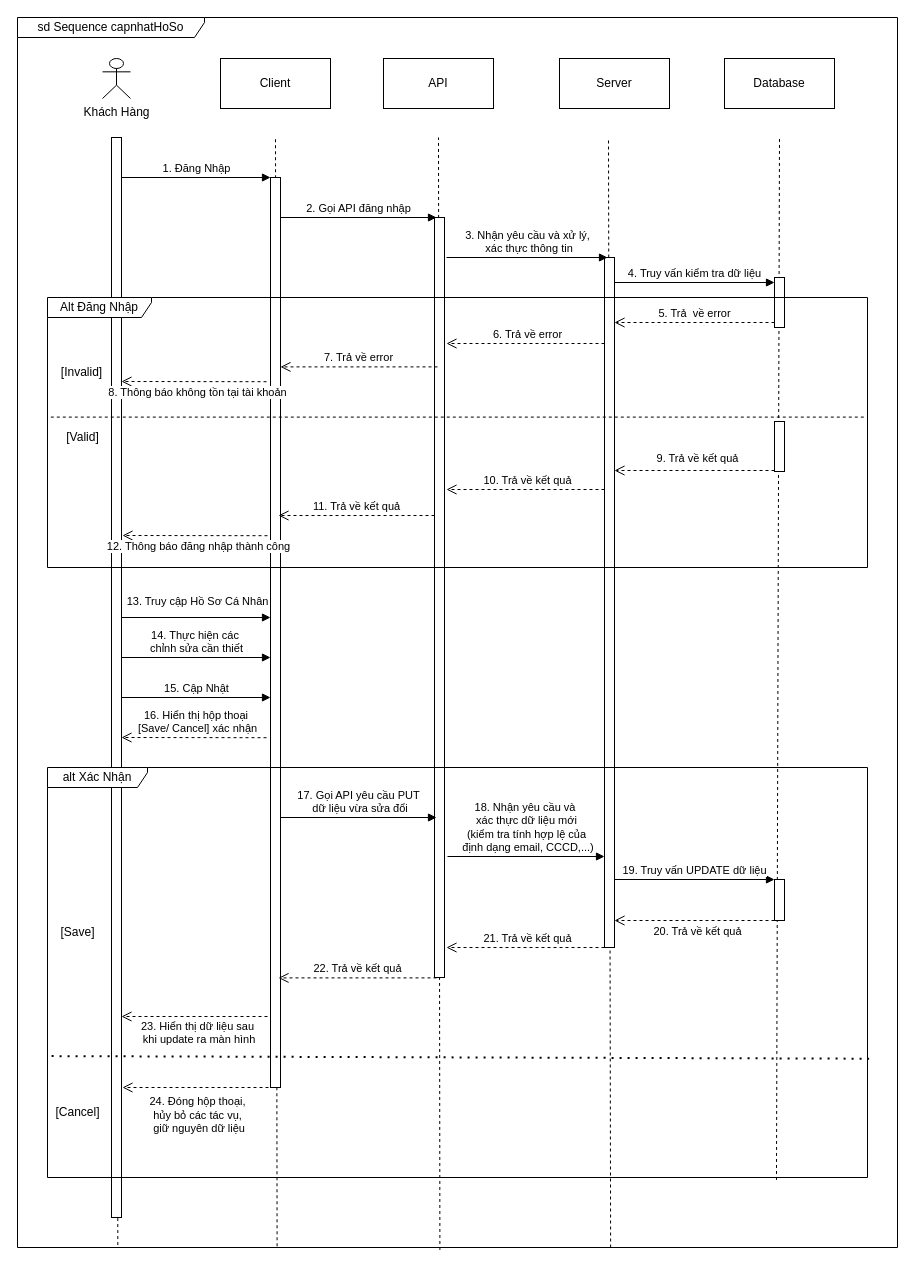
Before: page "Page-12" (12 of 12) of Chi/sd Sequence capnhatHoSo.drawio.xml in KMA-TTCS-Nhom32/documents, a draw.io diagram. Source tidied: cells renumbered, new cells numbered last; positions are measured from the earlier drawing's top-left corner, leaving out a move shared by most shapes. Both pictures are drawn from the tidied source at 100%, with x=0, y=0 at pixel (17, 17).
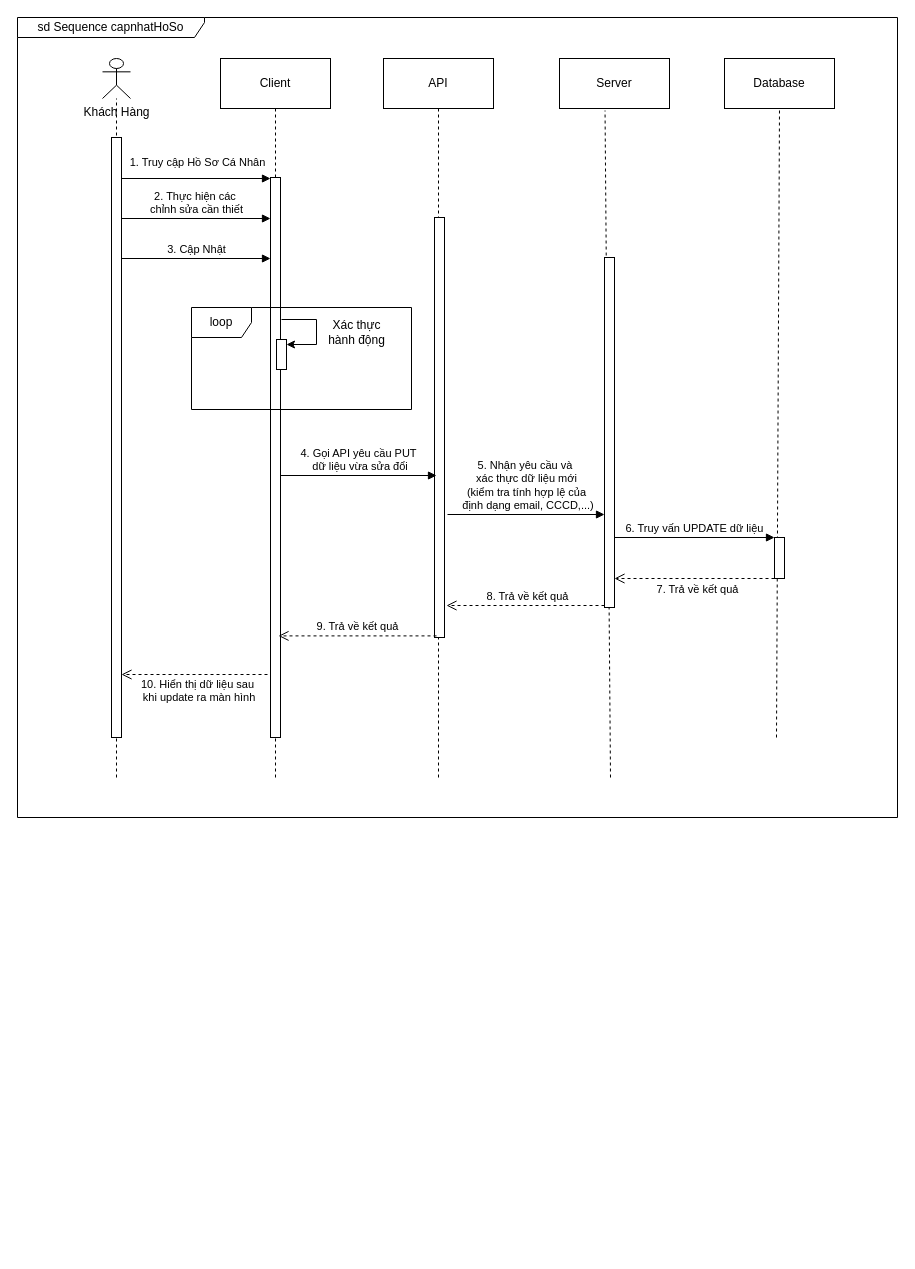
After the change.

The change refers to these unchanged cells:
```xml
<mxCell id="2" value="Khách Hàng" style="shape=umlActor;verticalLabelPosition=bottom;verticalAlign=top;html=1;" parent="1" vertex="1">
  <mxGeometry x="85" y="41" width="28" height="40" as="geometry" />
</mxCell>
<mxCell id="10" value="Client" style="html=1;whiteSpace=wrap;" parent="1" vertex="1">
  <mxGeometry x="203" y="41" width="110" height="50" as="geometry" />
</mxCell>
<mxCell id="11" value="Server" style="html=1;whiteSpace=wrap;" parent="1" vertex="1">
  <mxGeometry x="542" y="41" width="110" height="50" as="geometry" />
</mxCell>
<mxCell id="12" value="Database" style="html=1;whiteSpace=wrap;" parent="1" vertex="1">
  <mxGeometry x="707" y="41" width="110" height="50" as="geometry" />
</mxCell>
<mxCell id="13" value="API" style="html=1;whiteSpace=wrap;" parent="1" vertex="1">
  <mxGeometry x="366" y="41" width="110" height="50" as="geometry" />
</mxCell>
```

Diff of the diagram source:
```diff
@@
-    <mxCell id="3" style="endArrow=none;dashed=1;html=1;rounded=0;exitX=0.295;exitY=0.999;exitDx=0;exitDy=0;exitPerimeter=0;" parent="1" edge="1" source="9">
+    <mxCell id="3" style="endArrow=none;dashed=1;html=1;rounded=0;entryX=0.5;entryY=1;entryDx=0;entryDy=0;" parent="1" edge="1" target="10">
       <mxGeometry relative="1" as="geometry">
-        <mxPoint x="258" y="120" as="targetPoint" />
+        <mxPoint x="258" y="760" as="sourcePoint" />
       </mxGeometry>
     </mxCell>
@@
-    <mxCell id="5" style="endArrow=none;dashed=1;html=1;rounded=0;exitX=0.674;exitY=1;exitDx=0;exitDy=0;exitPerimeter=0;" parent="1" edge="1" source="9">
+    <mxCell id="5" style="endArrow=none;dashed=1;html=1;rounded=0;entryX=0.414;entryY=1.04;entryDx=0;entryDy=0;entryPerimeter=0;" parent="1" edge="1" target="11">
       <mxGeometry relative="1" as="geometry">
-        <mxPoint x="591" y="120" as="targetPoint" />
+        <mxPoint x="593" y="760" as="sourcePoint" />
       </mxGeometry>
     </mxCell>
     <mxCell id="6" style="html=1;perimeter=orthogonalPerimeter;targetShapes=umlLifeline;newEdgeStyle={&quot;curved&quot;:0,&quot;rounded&quot;:0};" parent="1" vertex="1">
-      <mxGeometry x="253" y="160" width="10" height="910" as="geometry" />
+      <mxGeometry x="253" y="160" width="10" height="560" as="geometry" />
     </mxCell>
     <mxCell id="7" style="html=1;points=[[0,0,0,0,5],[0,1,0,0,-5],[1,0,0,0,5],[1,1,0,0,-5]];perimeter=orthogonalPerimeter;outlineConnect=0;targetShapes=umlLifeline;portConstraint=eastwest;newEdgeStyle={&quot;curved&quot;:0,&quot;rounded&quot;:0};" parent="1" vertex="1">
-      <mxGeometry x="587" y="240" width="10" height="690" as="geometry" />
+      <mxGeometry x="587" y="240" width="10" height="350" as="geometry" />
     </mxCell>
-    <mxCell id="8" style="endArrow=none;dashed=1;html=1;rounded=0;exitX=0.889;exitY=1.006;exitDx=0;exitDy=0;exitPerimeter=0;" parent="1" edge="1" source="27">
+    <mxCell id="8" style="endArrow=none;dashed=1;html=1;rounded=0;entryX=0.5;entryY=1;entryDx=0;entryDy=0;" parent="1" edge="1" target="12">
       <mxGeometry relative="1" as="geometry">
-        <mxPoint x="762" y="120" as="targetPoint" />
+        <mxPoint x="759" y="720" as="sourcePoint" />
       </mxGeometry>
     </mxCell>
     <mxCell id="9" value="sd Sequence capnhatHoSo" style="shape=umlFrame;whiteSpace=wrap;html=1;width=187;height=20;" parent="1" vertex="1">
-      <mxGeometry width="880" height="1230" as="geometry" />
+      <mxGeometry width="880" height="800" as="geometry" />
     </mxCell>
@@
-    <mxCell id="14" style="endArrow=none;dashed=1;html=1;rounded=0;exitX=0.114;exitY=0.998;exitDx=0;exitDy=0;exitPerimeter=0;" parent="1" edge="1" source="9">
+    <mxCell id="14" style="endArrow=none;dashed=1;html=1;rounded=0;" parent="1" edge="1" target="2">
       <mxGeometry relative="1" as="geometry">
-        <mxPoint x="99" y="240" as="targetPoint" />
+        <mxPoint x="99" y="760" as="sourcePoint" />
       </mxGeometry>
     </mxCell>
     <mxCell id="15" style="html=1;perimeter=orthogonalPerimeter;targetShapes=umlLifeline;newEdgeStyle={&quot;curved&quot;:0,&quot;rounded&quot;:0};" parent="1" vertex="1">
-      <mxGeometry x="94" y="120" width="10" height="1080" as="geometry" />
+      <mxGeometry x="94" y="120" width="10" height="600" as="geometry" />
     </mxCell>
-    <mxCell id="16" value="1. Đăng Nhập" style="html=1;verticalAlign=bottom;endArrow=block;curved=0;rounded=0;entryX=0;entryY=0;entryDx=0;entryDy=5;entryPerimeter=0;" parent="1" edge="1">
-      <mxGeometry relative="1" as="geometry">
-        <mxPoint x="104" y="160" as="sourcePoint" />
-        <mxPoint x="253" y="160" as="targetPoint" />
-      </mxGeometry>
-    </mxCell>
-    <mxCell id="17" style="endArrow=none;dashed=1;html=1;rounded=0;exitX=0.48;exitY=1.002;exitDx=0;exitDy=0;exitPerimeter=0;" parent="1" edge="1" source="9">
+    <mxCell id="17" style="endArrow=none;dashed=1;html=1;rounded=0;entryX=0.5;entryY=1;entryDx=0;entryDy=0;" parent="1" edge="1" target="13">
       <mxGeometry relative="1" as="geometry">
-        <mxPoint x="421" y="120" as="targetPoint" />
+        <mxPoint x="421" y="760" as="sourcePoint" />
       </mxGeometry>
     </mxCell>
     <mxCell id="18" style="html=1;points=[[0,0,0,0,5],[0,1,0,0,-5],[1,0,0,0,5],[1,1,0,0,-5]];perimeter=orthogonalPerimeter;outlineConnect=0;targetShapes=umlLifeline;portConstraint=eastwest;newEdgeStyle={&quot;curved&quot;:0,&quot;rounded&quot;:0};" parent="1" vertex="1">
-      <mxGeometry x="417" y="200" width="10" height="760" as="geometry" />
+      <mxGeometry x="417" y="200" width="10" height="420" as="geometry" />
     </mxCell>
-    <mxCell id="19" value="13. Truy cập Hồ Sơ Cá Nhân" style="html=1;verticalAlign=bottom;endArrow=block;curved=0;rounded=0;" parent="1" edge="1">
+    <mxCell id="19" value="1. Truy cập Hồ Sơ Cá Nhân" style="html=1;verticalAlign=bottom;endArrow=block;curved=0;rounded=0;" parent="1" edge="1">
       <mxGeometry x="0.02" y="7" relative="1" as="geometry">
-        <mxPoint x="104" y="600" as="sourcePoint" />
-        <mxPoint x="253" y="600" as="targetPoint" />
+        <mxPoint x="104" y="161" as="sourcePoint" />
+        <mxPoint x="253" y="161" as="targetPoint" />
       </mxGeometry>
     </mxCell>
     <mxCell id="20" style="html=1;perimeter=orthogonalPerimeter;targetShapes=umlLifeline;newEdgeStyle={&quot;curved&quot;:0,&quot;rounded&quot;:0};" parent="1" vertex="1">
-      <mxGeometry x="757" y="862" width="10" height="41" as="geometry" />
+      <mxGeometry x="757" y="520" width="10" height="41" as="geometry" />
     </mxCell>
-    <mxCell id="21" value="20. Trả về kết quả" style="html=1;verticalAlign=bottom;endArrow=open;dashed=1;endSize=8;curved=0;rounded=0;exitX=0;exitY=1;exitDx=0;exitDy=-5;exitPerimeter=0;" parent="1" edge="1">
+    <mxCell id="21" value="7. Trả về kết quả" style="html=1;verticalAlign=bottom;endArrow=open;dashed=1;endSize=8;curved=0;rounded=0;exitX=0;exitY=1;exitDx=0;exitDy=-5;exitPerimeter=0;" parent="1" edge="1">
       <mxGeometry x="-0.04" y="20" relative="1" as="geometry">
-        <mxPoint x="757" y="903" as="sourcePoint" />
-        <mxPoint x="597" y="903" as="targetPoint" />
+        <mxPoint x="757" y="561" as="sourcePoint" />
+        <mxPoint x="597" y="561" as="targetPoint" />
       </mxGeometry>
     </mxCell>
-    <mxCell id="22" value="21. Trả về kết quả" style="html=1;verticalAlign=bottom;endArrow=open;dashed=1;endSize=8;curved=0;rounded=0;" parent="1" edge="1">
+    <mxCell id="22" value="8. Trả về kết quả" style="html=1;verticalAlign=bottom;endArrow=open;dashed=1;endSize=8;curved=0;rounded=0;" parent="1" edge="1">
       <mxGeometry x="-0.03" relative="1" as="geometry">
-        <mxPoint x="587" y="930" as="sourcePoint" />
-        <mxPoint x="429" y="930" as="targetPoint" />
+        <mxPoint x="587" y="588" as="sourcePoint" />
+        <mxPoint x="429" y="588" as="targetPoint" />
       </mxGeometry>
     </mxCell>
-    <mxCell id="23" value="22. Trả về kết quả" style="html=1;verticalAlign=bottom;endArrow=open;dashed=1;endSize=8;curved=0;rounded=0;" parent="1" edge="1">
+    <mxCell id="23" value="9. Trả về kết quả" style="html=1;verticalAlign=bottom;endArrow=open;dashed=1;endSize=8;curved=0;rounded=0;" parent="1" edge="1">
       <mxGeometry relative="1" as="geometry">
-        <mxPoint x="419" y="960.4" as="sourcePoint" />
-        <mxPoint x="261" y="960.4" as="targetPoint" />
+        <mxPoint x="419" y="618.4" as="sourcePoint" />
+        <mxPoint x="261" y="618.4" as="targetPoint" />
       </mxGeometry>
     </mxCell>
-    <mxCell id="24" value="&lt;div&gt;23. Hiển thị dữ liệu sau&lt;/div&gt;&lt;div&gt;&amp;nbsp;khi update ra màn hình&lt;/div&gt;" style="html=1;verticalAlign=bottom;endArrow=open;dashed=1;endSize=8;curved=0;rounded=0;" parent="1" edge="1">
+    <mxCell id="24" value="&lt;div&gt;10. Hiển thị dữ liệu sau&lt;/div&gt;&lt;div&gt;&amp;nbsp;khi update ra màn hình&lt;/div&gt;" style="html=1;verticalAlign=bottom;endArrow=open;dashed=1;endSize=8;curved=0;rounded=0;" parent="1" edge="1">
       <mxGeometry x="-0.04" y="32" relative="1" as="geometry">
-        <mxPoint x="250" y="999" as="sourcePoint" />
-        <mxPoint x="104" y="999" as="targetPoint" />
+        <mxPoint x="250" y="657" as="sourcePoint" />
+        <mxPoint x="104" y="657" as="targetPoint" />
       </mxGeometry>
     </mxCell>
-    <mxCell id="25" value="&lt;div&gt;14. Thực hiện các&amp;nbsp;&lt;/div&gt;&lt;div&gt;chỉnh sửa cần thiết&lt;/div&gt;" style="html=1;verticalAlign=bottom;endArrow=block;curved=0;rounded=0;" parent="1" edge="1">
+    <mxCell id="25" value="&lt;div&gt;2. Thực hiện các&amp;nbsp;&lt;/div&gt;&lt;div&gt;chỉnh sửa cần thiết&lt;/div&gt;" style="html=1;verticalAlign=bottom;endArrow=block;curved=0;rounded=0;" parent="1" edge="1">
       <mxGeometry x="0.01" relative="1" as="geometry">
-        <mxPoint x="104" y="640" as="sourcePoint" />
-        <mxPoint x="253" y="640" as="targetPoint" />
+        <mxPoint x="104" y="201" as="sourcePoint" />
+        <mxPoint x="253" y="201" as="targetPoint" />
       </mxGeometry>
     </mxCell>
-    <mxCell id="26" value="&lt;div&gt;16. Hiển thị hộp thoại&amp;nbsp;&lt;/div&gt;&lt;div&gt;[Save/ Cancel] xác nhận&lt;/div&gt;" style="html=1;verticalAlign=bottom;endArrow=open;dashed=1;endSize=8;curved=0;rounded=0;" parent="1" edge="1">
-      <mxGeometry x="-0.05" relative="1" as="geometry">
-        <mxPoint x="249" y="720.2" as="sourcePoint" />
-        <mxPoint x="104" y="720" as="targetPoint" />
-      </mxGeometry>
-    </mxCell>
-    <mxCell id="27" value="alt Xác Nhận" style="shape=umlFrame;whiteSpace=wrap;html=1;width=100;height=20;" parent="1" vertex="1">
-      <mxGeometry x="30" y="750" width="820" height="410" as="geometry" />
-    </mxCell>
-    <mxCell id="28" style="endArrow=none;dashed=1;html=1;dashPattern=1 3;strokeWidth=2;rounded=0;entryX=1.002;entryY=0.446;entryDx=0;entryDy=0;entryPerimeter=0;exitX=0.005;exitY=0.44;exitDx=0;exitDy=0;exitPerimeter=0;" parent="1" edge="1">
-      <mxGeometry relative="1" as="geometry">
-        <mxPoint x="34.1" y="1038.6" as="sourcePoint" />
-        <mxPoint x="851.6" y="1041.2" as="targetPoint" />
-      </mxGeometry>
-    </mxCell>
-    <mxCell id="29" value="[Save]" style="text;html=1;align=center;verticalAlign=middle;strokeColor=none;fillColor=none;" parent="1" vertex="1">
-      <mxGeometry x="30" y="900" width="60" height="30" as="geometry" />
-    </mxCell>
-    <mxCell id="30" value="&lt;div&gt;17. Gọi API yêu cầu PUT&lt;/div&gt;&lt;div&gt;&amp;nbsp;dữ liệu vừa sửa đổi&lt;/div&gt;" style="html=1;verticalAlign=bottom;endArrow=block;curved=0;rounded=0;exitX=1;exitY=0.371;exitDx=0;exitDy=0;exitPerimeter=0;" parent="1" edge="1">
+    <mxCell id="30" value="&lt;div&gt;4. Gọi API yêu cầu PUT&lt;/div&gt;&lt;div&gt;&amp;nbsp;dữ liệu vừa sửa đổi&lt;/div&gt;" style="html=1;verticalAlign=bottom;endArrow=block;curved=0;rounded=0;exitX=1;exitY=0.371;exitDx=0;exitDy=0;exitPerimeter=0;" parent="1" edge="1">
       <mxGeometry relative="1" as="geometry">
-        <mxPoint x="263" y="800" as="sourcePoint" />
-        <mxPoint x="419" y="800" as="targetPoint" />
+        <mxPoint x="263" y="458" as="sourcePoint" />
+        <mxPoint x="419" y="458" as="targetPoint" />
       </mxGeometry>
     </mxCell>
-    <mxCell id="31" value="&lt;div&gt;18. Nhận yêu cầu và&amp;nbsp;&lt;/div&gt;&lt;div&gt;xác thực dữ liệu mới &lt;/div&gt;&lt;div&gt;(kiểm tra tính hợp lệ của&lt;/div&gt;&lt;div&gt;&amp;nbsp;định dạng email, CCCD,...)&lt;/div&gt;" style="html=1;verticalAlign=bottom;endArrow=block;curved=0;rounded=0;" parent="1" edge="1">
+    <mxCell id="31" value="&lt;div&gt;5. Nhận yêu cầu và&amp;nbsp;&lt;/div&gt;&lt;div&gt;xác thực dữ liệu mới &lt;/div&gt;&lt;div&gt;(kiểm tra tính hợp lệ của&lt;/div&gt;&lt;div&gt;&amp;nbsp;định dạng email, CCCD,...)&lt;/div&gt;" style="html=1;verticalAlign=bottom;endArrow=block;curved=0;rounded=0;" parent="1" edge="1">
       <mxGeometry relative="1" as="geometry">
-        <mxPoint x="430" y="839" as="sourcePoint" />
-        <mxPoint x="587" y="839" as="targetPoint" />
+        <mxPoint x="430" y="497" as="sourcePoint" />
+        <mxPoint x="587" y="497" as="targetPoint" />
       </mxGeometry>
     </mxCell>
-    <mxCell id="32" value="19. Truy vấn UPDATE dữ liệu" style="html=1;verticalAlign=bottom;endArrow=block;curved=0;rounded=0;entryX=0;entryY=0;entryDx=0;entryDy=5;entryPerimeter=0;" parent="1" edge="1">
+    <mxCell id="32" value="6. Truy vấn UPDATE dữ liệu" style="html=1;verticalAlign=bottom;endArrow=block;curved=0;rounded=0;entryX=0;entryY=0;entryDx=0;entryDy=5;entryPerimeter=0;" parent="1" edge="1">
       <mxGeometry relative="1" as="geometry">
-        <mxPoint x="597" y="862" as="sourcePoint" />
-        <mxPoint x="757" y="862" as="targetPoint" />
+        <mxPoint x="597" y="520" as="sourcePoint" />
+        <mxPoint x="757" y="520" as="targetPoint" />
       </mxGeometry>
     </mxCell>
-    <mxCell id="33" value="15. Cập Nhật" style="html=1;verticalAlign=bottom;endArrow=block;curved=0;rounded=0;" parent="1" edge="1">
+    <mxCell id="33" value="3. Cập Nhật" style="html=1;verticalAlign=bottom;endArrow=block;curved=0;rounded=0;" parent="1" edge="1">
       <mxGeometry x="0.01" relative="1" as="geometry">
-        <mxPoint x="104" y="680" as="sourcePoint" />
-        <mxPoint x="253" y="680" as="targetPoint" />
+        <mxPoint x="104" y="241" as="sourcePoint" />
+        <mxPoint x="253" y="241" as="targetPoint" />
       </mxGeometry>
     </mxCell>
-    <mxCell id="34" value="[Cancel]" style="text;html=1;align=center;verticalAlign=middle;strokeColor=none;fillColor=none;" parent="1" vertex="1">
-      <mxGeometry x="25" y="1080" width="70" height="30" as="geometry" />
-    </mxCell>
-    <mxCell id="35" value="&lt;div&gt;24. Đóng hộp thoại,&lt;/div&gt;&lt;div&gt;hủy bỏ các tác vụ,&lt;/div&gt;&lt;div&gt;&amp;nbsp;giữ nguyên dữ liệu&lt;br&gt;&lt;/div&gt;" style="html=1;verticalAlign=bottom;endArrow=open;dashed=1;endSize=8;curved=0;rounded=0;" parent="1" edge="1">
-      <mxGeometry x="-0.03" y="50" relative="1" as="geometry">
-        <mxPoint x="251" y="1070" as="sourcePoint" />
-        <mxPoint x="105" y="1070" as="targetPoint" />
-      </mxGeometry>
-    </mxCell>
-    <mxCell id="36" value="2. Gọi API đăng nhập" style="html=1;verticalAlign=bottom;endArrow=block;curved=0;rounded=0;exitX=1;exitY=0.371;exitDx=0;exitDy=0;exitPerimeter=0;" parent="1" edge="1">
-      <mxGeometry relative="1" as="geometry">
-        <mxPoint x="263" y="200" as="sourcePoint" />
-        <mxPoint x="419" y="200" as="targetPoint" />
-      </mxGeometry>
-    </mxCell>
-    <mxCell id="37" value="&lt;div&gt;3. Nhận yêu cầu và xử lý,&lt;/div&gt;&lt;div&gt;&amp;nbsp;xác thực thông tin&lt;/div&gt;" style="html=1;verticalAlign=bottom;endArrow=block;curved=0;rounded=0;" parent="1" edge="1">
-      <mxGeometry relative="1" as="geometry">
-        <mxPoint x="429" y="240" as="sourcePoint" />
-        <mxPoint x="590" y="240" as="targetPoint" />
-      </mxGeometry>
-    </mxCell>
-    <mxCell id="38" style="html=1;points=[[0,0,0,0,5],[0,1,0,0,-5],[1,0,0,0,5],[1,1,0,0,-5]];perimeter=orthogonalPerimeter;outlineConnect=0;targetShapes=umlLifeline;portConstraint=eastwest;newEdgeStyle={&quot;curved&quot;:0,&quot;rounded&quot;:0};" parent="1" vertex="1">
-      <mxGeometry x="757" y="260" width="10" height="50" as="geometry" />
-    </mxCell>
-    <mxCell id="39" value="4. Truy vấn kiểm tra dữ liệu" style="html=1;verticalAlign=bottom;endArrow=block;curved=0;rounded=0;entryX=0;entryY=0;entryDx=0;entryDy=5;" parent="1" edge="1" source="7" target="38">
-      <mxGeometry relative="1" as="geometry" />
-    </mxCell>
-    <mxCell id="40" value="5. Trả&amp;nbsp; về error" style="html=1;verticalAlign=bottom;endArrow=open;dashed=1;endSize=8;curved=0;rounded=0;exitX=0;exitY=1;exitDx=0;exitDy=-5;" parent="1" edge="1" source="38" target="7">
-      <mxGeometry relative="1" as="geometry" />
-    </mxCell>
-    <mxCell id="41" value="Alt Đăng Nhập" style="shape=umlFrame;whiteSpace=wrap;html=1;width=104;height=20;" parent="1" vertex="1">
-      <mxGeometry x="30" y="280" width="820" height="270" as="geometry" />
-    </mxCell>
-    <mxCell id="42" value="[Invalid]" style="text;html=1;align=center;verticalAlign=middle;strokeColor=none;fillColor=none;" parent="1" vertex="1">
-      <mxGeometry x="34" y="340" width="60" height="30" as="geometry" />
-    </mxCell>
-    <mxCell id="43" value="6. Trả về error" style="html=1;verticalAlign=bottom;endArrow=open;dashed=1;endSize=8;curved=0;rounded=0;" parent="1" edge="1">
-      <mxGeometry x="-0.03" relative="1" as="geometry">
-        <mxPoint x="587" y="326" as="sourcePoint" />
-        <mxPoint x="429" y="326" as="targetPoint" />
-      </mxGeometry>
-    </mxCell>
-    <mxCell id="44" value="7. Trả về error" style="html=1;verticalAlign=bottom;endArrow=open;dashed=1;endSize=8;curved=0;rounded=0;exitX=0.3;exitY=0.236;exitDx=0;exitDy=0;exitPerimeter=0;" parent="1" edge="1">
-      <mxGeometry relative="1" as="geometry">
-        <mxPoint x="420" y="349.4" as="sourcePoint" />
-        <mxPoint x="263" y="349.4" as="targetPoint" />
-      </mxGeometry>
-    </mxCell>
-    <mxCell id="45" value="8. Thông báo không tồn tại tài khoản" style="html=1;verticalAlign=bottom;endArrow=open;dashed=1;endSize=8;curved=0;rounded=0;" parent="1" edge="1">
-      <mxGeometry x="-0.05" y="20" relative="1" as="geometry">
-        <mxPoint x="249" y="364.2" as="sourcePoint" />
-        <mxPoint x="104" y="364" as="targetPoint" />
-      </mxGeometry>
-    </mxCell>
-    <mxCell id="46" style="endArrow=none;dashed=1;html=1;rounded=0;exitX=0.004;exitY=0.682;exitDx=0;exitDy=0;exitPerimeter=0;entryX=0.998;entryY=0.682;entryDx=0;entryDy=0;entryPerimeter=0;" parent="1" edge="1">
-      <mxGeometry relative="1" as="geometry">
-        <mxPoint x="33.3" y="399.6" as="sourcePoint" />
-        <mxPoint x="848.4" y="399.6" as="targetPoint" />
-      </mxGeometry>
-    </mxCell>
-    <mxCell id="47" value="[Valid]" style="text;html=1;align=center;verticalAlign=middle;strokeColor=none;fillColor=none;" parent="1" vertex="1">
-      <mxGeometry x="35" y="405" width="60" height="30" as="geometry" />
-    </mxCell>
-    <mxCell id="48" value="12. Thông báo đăng nhập thành công" style="html=1;verticalAlign=bottom;endArrow=open;dashed=1;endSize=8;curved=0;rounded=0;" parent="1" edge="1">
-      <mxGeometry x="-0.05" y="20" relative="1" as="geometry">
-        <mxPoint x="250" y="518.2" as="sourcePoint" />
-        <mxPoint x="105" y="518" as="targetPoint" />
-      </mxGeometry>
-    </mxCell>
-    <mxCell id="49" value="10. Trả về kết quả" style="html=1;verticalAlign=bottom;endArrow=open;dashed=1;endSize=8;curved=0;rounded=0;" parent="1" edge="1">
-      <mxGeometry x="-0.03" relative="1" as="geometry">
-        <mxPoint x="587" y="472" as="sourcePoint" />
-        <mxPoint x="429" y="472" as="targetPoint" />
-      </mxGeometry>
-    </mxCell>
-    <mxCell id="50" value="11. Trả về kết quả" style="html=1;verticalAlign=bottom;endArrow=open;dashed=1;endSize=8;curved=0;rounded=0;" parent="1" edge="1" source="18">
-      <mxGeometry relative="1" as="geometry">
-        <mxPoint x="261" y="498" as="targetPoint" />
-      </mxGeometry>
-    </mxCell>
-    <mxCell id="51" style="html=1;perimeter=orthogonalPerimeter;targetShapes=umlLifeline;newEdgeStyle={&quot;curved&quot;:0,&quot;rounded&quot;:0};" parent="1" vertex="1">
-      <mxGeometry x="757" y="404" width="10" height="50" as="geometry" />
-    </mxCell>
-    <mxCell id="52" value="9. Trả về kết quả" style="html=1;verticalAlign=bottom;endArrow=open;dashed=1;endSize=8;curved=0;rounded=0;exitX=0;exitY=1;exitDx=0;exitDy=-5;exitPerimeter=0;" parent="1" edge="1">
-      <mxGeometry x="-0.04" y="-3" relative="1" as="geometry">
-        <mxPoint x="757" y="453" as="sourcePoint" />
-        <mxPoint x="597" y="453" as="targetPoint" />
-      </mxGeometry>
-    </mxCell>
+    <mxCell id="53" style="group;" parent="1" vertex="1">
+      <mxGeometry x="259" y="302" width="40" height="50" as="geometry" />
+    </mxCell>
+    <mxCell id="54" style="html=1;points=[[0,0,0,0,5],[0,1,0,0,-5],[1,0,0,0,5],[1,1,0,0,-5]];perimeter=orthogonalPerimeter;outlineConnect=0;targetShapes=umlLifeline;portConstraint=eastwest;newEdgeStyle={&quot;curved&quot;:0,&quot;rounded&quot;:0};" parent="53" vertex="1">
+      <mxGeometry y="20" width="10" height="30" as="geometry" />
+    </mxCell>
+    <mxCell id="55" style="edgeStyle=none;jettySize=auto;html=1;rounded=0;entryX=1;entryY=0;entryDx=0;entryDy=5;entryPerimeter=0;" parent="53" edge="1" target="54">
+      <mxGeometry relative="1" as="geometry">
+        <mxPoint x="5" as="sourcePoint" />
+        <Array as="points">
+          <mxPoint x="40" />
+          <mxPoint x="40" y="25" />
+        </Array>
+      </mxGeometry>
+    </mxCell>
+    <mxCell id="56" value="&lt;div&gt;Xác thực&lt;/div&gt;&lt;div&gt;hành động&lt;br&gt;&lt;/div&gt;" style="text;html=1;align=center;verticalAlign=middle;strokeColor=none;fillColor=none;" parent="1" vertex="1">
+      <mxGeometry x="299" y="295" width="80" height="40" as="geometry" />
+    </mxCell>
+    <mxCell id="57" value="loop" style="shape=umlFrame;whiteSpace=wrap;html=1;" parent="1" vertex="1">
+      <mxGeometry x="174" y="290" width="220" height="102" as="geometry" />
+    </mxCell>
```
